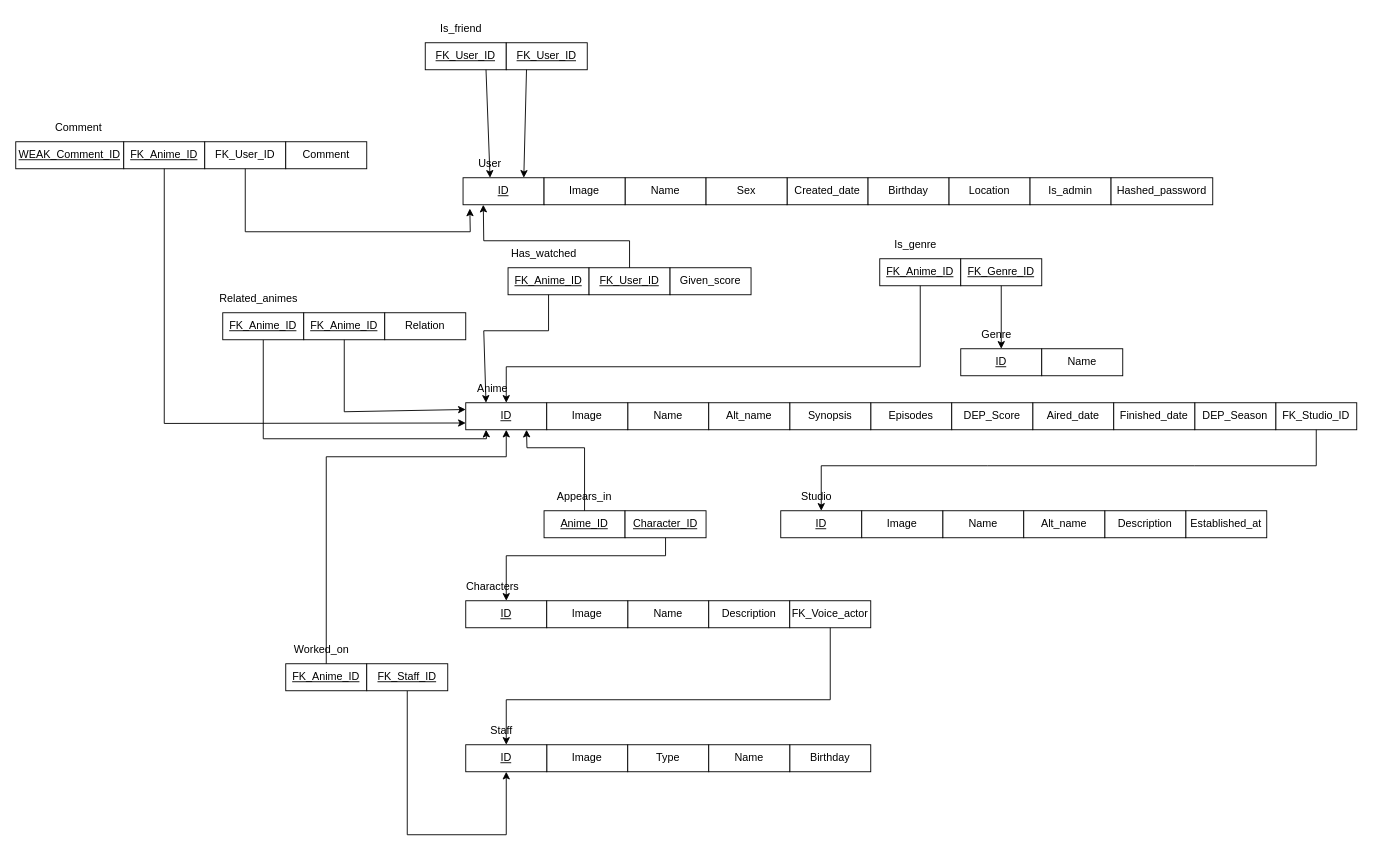
Above: MR_AnimeDB.drawio in AlexandreCotorobai/AnimeDB (draw.io), before the change. Source tidied: cells renumbered, new cells numbered last; positions are measured from the earlier drawing's top-left corner, leaving out a move shared by most shapes. Both pictures are drawn from the tidied source at 90%, with x=0, y=0 at pixel (15, 15).
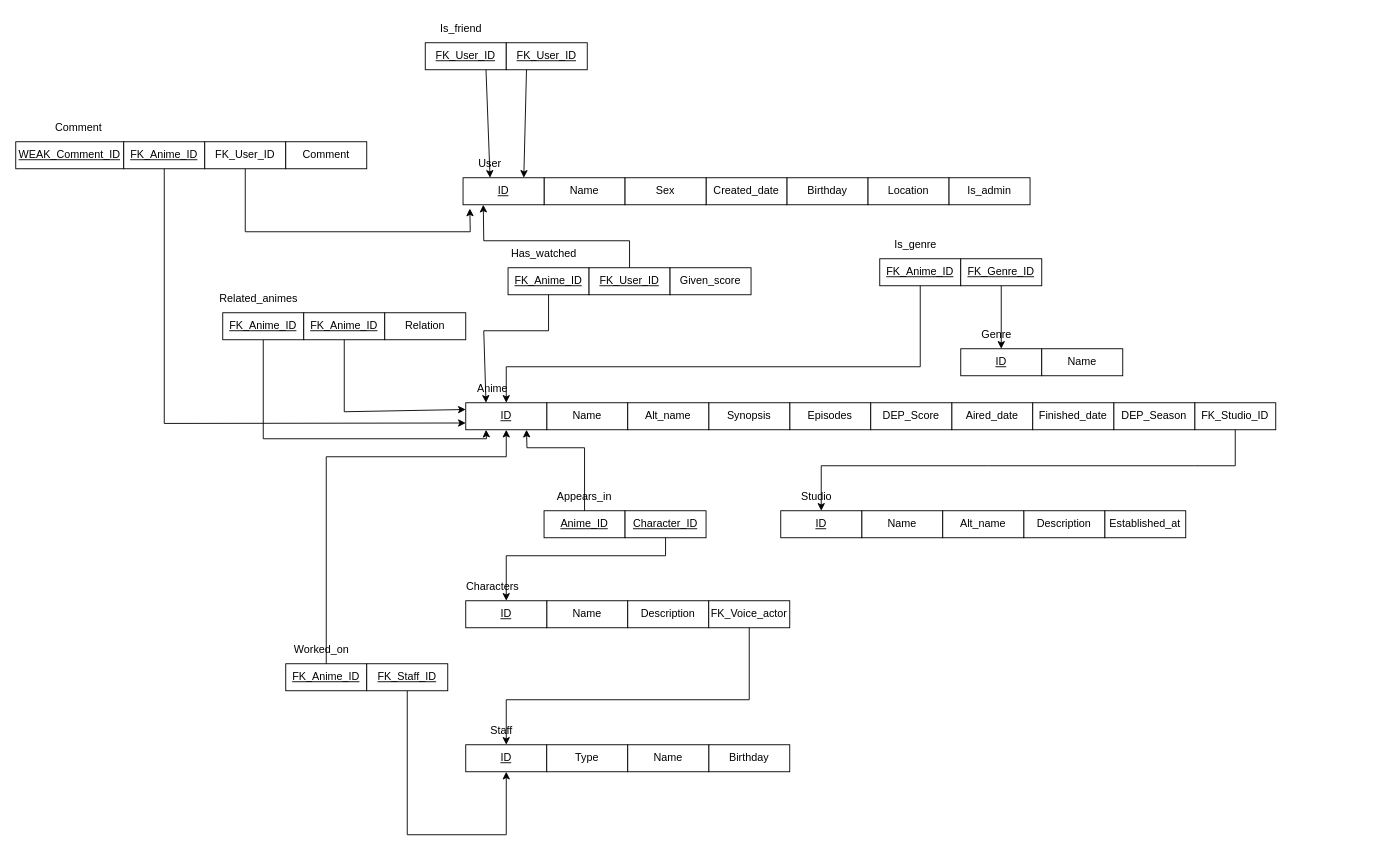
The same diagram, later.

Commit message (it also covers changes not shown here):
Diagrams and PNGs

The change refers to these unchanged cells:
```xml
<mxCell id="32" value="&lt;u&gt;ID&lt;/u&gt;" style="rounded=0;whiteSpace=wrap;html=1;" parent="1" vertex="1">
  <mxGeometry x="500" y="810" width="90" height="30" as="geometry" />
</mxCell>
<mxCell id="39" value="&lt;u&gt;ID&lt;/u&gt;" style="rounded=0;whiteSpace=wrap;html=1;" parent="1" vertex="1">
  <mxGeometry x="850" y="550" width="90" height="30" as="geometry" />
</mxCell>
```

Change to the diagram source:
```diff
@@
     <mxCell id="2" value="Name" style="rounded=0;whiteSpace=wrap;html=1;" parent="1" vertex="1">
-      <mxGeometry x="680" y="430" width="90" height="30" as="geometry" />
+      <mxGeometry x="590" y="430" width="90" height="30" as="geometry" />
     </mxCell>
@@
     <mxCell id="4" value="Aired_date" style="rounded=0;whiteSpace=wrap;html=1;" parent="1" vertex="1">
-      <mxGeometry x="1130" y="430" width="90" height="30" as="geometry" />
+      <mxGeometry x="1040" y="430" width="90" height="30" as="geometry" />
     </mxCell>
     <mxCell id="5" value="FK_Studio_ID" style="rounded=0;whiteSpace=wrap;html=1;" parent="1" vertex="1">
-      <mxGeometry x="1400" y="430" width="90" height="30" as="geometry" />
+      <mxGeometry x="1310" y="430" width="90" height="30" as="geometry" />
     </mxCell>
     <mxCell id="6" value="Episodes" style="rounded=0;whiteSpace=wrap;html=1;" parent="1" vertex="1">
-      <mxGeometry x="950" y="430" width="90" height="30" as="geometry" />
+      <mxGeometry x="860" y="430" width="90" height="30" as="geometry" />
     </mxCell>
     <mxCell id="7" value="DEP_Score" style="rounded=0;whiteSpace=wrap;html=1;" parent="1" vertex="1">
-      <mxGeometry x="1040" y="430" width="90" height="30" as="geometry" />
+      <mxGeometry x="950" y="430" width="90" height="30" as="geometry" />
     </mxCell>
@@
     <mxCell id="9" value="Name" style="rounded=0;whiteSpace=wrap;html=1;" parent="1" vertex="1">
-      <mxGeometry x="677" y="180" width="90" height="30" as="geometry" />
+      <mxGeometry x="587" y="180" width="90" height="30" as="geometry" />
     </mxCell>
     <mxCell id="10" value="Created_date" style="rounded=0;whiteSpace=wrap;html=1;" parent="1" vertex="1">
-      <mxGeometry x="857" y="180" width="90" height="30" as="geometry" />
+      <mxGeometry x="767" y="180" width="90" height="30" as="geometry" />
     </mxCell>
     <mxCell id="11" value="Birthday" style="rounded=0;whiteSpace=wrap;html=1;" parent="1" vertex="1">
-      <mxGeometry x="947" y="180" width="90" height="30" as="geometry" />
+      <mxGeometry x="857" y="180" width="90" height="30" as="geometry" />
     </mxCell>
     <mxCell id="12" value="Sex" style="rounded=0;whiteSpace=wrap;html=1;" parent="1" vertex="1">
-      <mxGeometry x="767" y="180" width="90" height="30" as="geometry" />
+      <mxGeometry x="677" y="180" width="90" height="30" as="geometry" />
     </mxCell>
@@
     <mxCell id="15" value="Location" style="rounded=0;whiteSpace=wrap;html=1;" parent="1" vertex="1">
-      <mxGeometry x="1037" y="180" width="90" height="30" as="geometry" />
+      <mxGeometry x="947" y="180" width="90" height="30" as="geometry" />
     </mxCell>
     <mxCell id="16" value="Name" style="rounded=0;whiteSpace=wrap;html=1;" parent="1" vertex="1">
-      <mxGeometry x="680" y="650" width="90" height="30" as="geometry" />
+      <mxGeometry x="590" y="650" width="90" height="30" as="geometry" />
     </mxCell>
@@
     <mxCell id="18" value="Description" style="rounded=0;whiteSpace=wrap;html=1;" parent="1" vertex="1">
-      <mxGeometry x="770" y="650" width="90" height="30" as="geometry" />
+      <mxGeometry x="680" y="650" width="90" height="30" as="geometry" />
     </mxCell>
     <mxCell id="19" value="FK_Voice_actor" style="rounded=0;whiteSpace=wrap;html=1;" parent="1" vertex="1">
-      <mxGeometry x="860" y="650" width="90" height="30" as="geometry" />
+      <mxGeometry x="770" y="650" width="90" height="30" as="geometry" />
     </mxCell>
@@
     <mxCell id="21" value="Synopsis" style="rounded=0;whiteSpace=wrap;html=1;" parent="1" vertex="1">
-      <mxGeometry x="860" y="430" width="90" height="30" as="geometry" />
+      <mxGeometry x="770" y="430" width="90" height="30" as="geometry" />
     </mxCell>
     <mxCell id="22" value="Birthday" style="rounded=0;whiteSpace=wrap;html=1;" parent="1" vertex="1">
-      <mxGeometry x="860" y="810" width="90" height="30" as="geometry" />
+      <mxGeometry x="770" y="810" width="90" height="30" as="geometry" />
     </mxCell>
-    <mxCell id="23" value="Image" style="rounded=0;whiteSpace=wrap;html=1;" parent="1" vertex="1">
-      <mxGeometry x="587" y="180" width="90" height="30" as="geometry" />
-    </mxCell>
-    <mxCell id="24" value="Image" style="rounded=0;whiteSpace=wrap;html=1;" parent="1" vertex="1">
-      <mxGeometry x="590" y="430" width="90" height="30" as="geometry" />
-    </mxCell>
-    <mxCell id="25" value="Image" style="rounded=0;whiteSpace=wrap;html=1;" parent="1" vertex="1">
-      <mxGeometry x="590" y="650" width="90" height="30" as="geometry" />
-    </mxCell>
-    <mxCell id="26" value="Image" style="rounded=0;whiteSpace=wrap;html=1;" parent="1" vertex="1">
-      <mxGeometry x="590" y="810" width="90" height="30" as="geometry" />
-    </mxCell>
@@
     <mxCell id="30" value="DEP_Season" style="rounded=0;whiteSpace=wrap;html=1;" parent="1" vertex="1">
-      <mxGeometry x="1310" y="430" width="90" height="30" as="geometry" />
+      <mxGeometry x="1220" y="430" width="90" height="30" as="geometry" />
     </mxCell>
@@
     <mxCell id="33" value="Type" style="rounded=0;whiteSpace=wrap;html=1;" parent="1" vertex="1">
-      <mxGeometry x="680" y="810" width="90" height="30" as="geometry" />
+      <mxGeometry x="590" y="810" width="90" height="30" as="geometry" />
     </mxCell>
     <mxCell id="34" value="Name" style="rounded=0;whiteSpace=wrap;html=1;" parent="1" vertex="1">
-      <mxGeometry x="770" y="810" width="90" height="30" as="geometry" />
+      <mxGeometry x="680" y="810" width="90" height="30" as="geometry" />
     </mxCell>
     <mxCell id="35" value="Name" style="rounded=0;whiteSpace=wrap;html=1;" parent="1" vertex="1">
-      <mxGeometry x="1030" y="550" width="90" height="30" as="geometry" />
+      <mxGeometry x="940" y="550" width="90" height="30" as="geometry" />
     </mxCell>
@@
     <mxCell id="37" value="Established_at" style="rounded=0;whiteSpace=wrap;html=1;" parent="1" vertex="1">
-      <mxGeometry x="1300" y="550" width="90" height="30" as="geometry" />
+      <mxGeometry x="1210" y="550" width="90" height="30" as="geometry" />
     </mxCell>
     <mxCell id="38" value="Description" style="rounded=0;whiteSpace=wrap;html=1;" parent="1" vertex="1">
-      <mxGeometry x="1210" y="550" width="90" height="30" as="geometry" />
+      <mxGeometry x="1120" y="550" width="90" height="30" as="geometry" />
     </mxCell>
@@
-    <mxCell id="40" value="Image" style="rounded=0;whiteSpace=wrap;html=1;" parent="1" vertex="1">
-      <mxGeometry x="940" y="550" width="90" height="30" as="geometry" />
-    </mxCell>
     <mxCell id="41" value="Alt_name" style="rounded=0;whiteSpace=wrap;html=1;" parent="1" vertex="1">
-      <mxGeometry x="1120" y="550" width="90" height="30" as="geometry" />
+      <mxGeometry x="1030" y="550" width="90" height="30" as="geometry" />
     </mxCell>
     <mxCell id="42" style="endArrow=none;html=1;rounded=0;exitX=0.5;exitY=0;exitDx=0;exitDy=0;entryX=0.5;entryY=1;entryDx=0;entryDy=0;endFill=0;startArrow=classic;startFill=1;" parent="1" edge="1" source="39" target="5">
       <mxGeometry relative="1" as="geometry">
         <Array as="points">
           <mxPoint x="895" y="500" />
           <mxPoint x="1080" y="500" />
           <mxPoint x="1310" y="500" />
-          <mxPoint x="1445" y="500" />
+          <mxPoint x="1355" y="500" />
         </Array>
       </mxGeometry>
     </mxCell>
@@
     <mxCell id="73" value="Alt_name" style="rounded=0;whiteSpace=wrap;html=1;" parent="1" vertex="1">
-      <mxGeometry x="770" y="430" width="90" height="30" as="geometry" />
+      <mxGeometry x="680" y="430" width="90" height="30" as="geometry" />
     </mxCell>
     <mxCell id="74" value="Finished_date" style="rounded=0;whiteSpace=wrap;html=1;" parent="1" vertex="1">
-      <mxGeometry x="1220" y="430" width="90" height="30" as="geometry" />
+      <mxGeometry x="1130" y="430" width="90" height="30" as="geometry" />
     </mxCell>
     <mxCell id="75" style="endArrow=classic;html=1;rounded=0;exitX=0.5;exitY=1;exitDx=0;exitDy=0;entryX=0.5;entryY=0;entryDx=0;entryDy=0;" parent="1" edge="1" source="19" target="32">
       <mxGeometry relative="1" as="geometry">
         <Array as="points">
-          <mxPoint x="905" y="760" />
+          <mxPoint x="815" y="760" />
           <mxPoint x="545" y="760" />
         </Array>
       </mxGeometry>
     </mxCell>
     <mxCell id="76" value="Is_admin" style="rounded=0;whiteSpace=wrap;html=1;" parent="1" vertex="1">
-      <mxGeometry x="1127" y="180" width="90" height="30" as="geometry" />
+      <mxGeometry x="1037" y="180" width="90" height="30" as="geometry" />
     </mxCell>
-    <mxCell id="77" value="Hashed_password" style="rounded=0;whiteSpace=wrap;html=1;" parent="1" vertex="1">
-      <mxGeometry x="1217" y="180" width="113" height="30" as="geometry" />
-    </mxCell>
```
